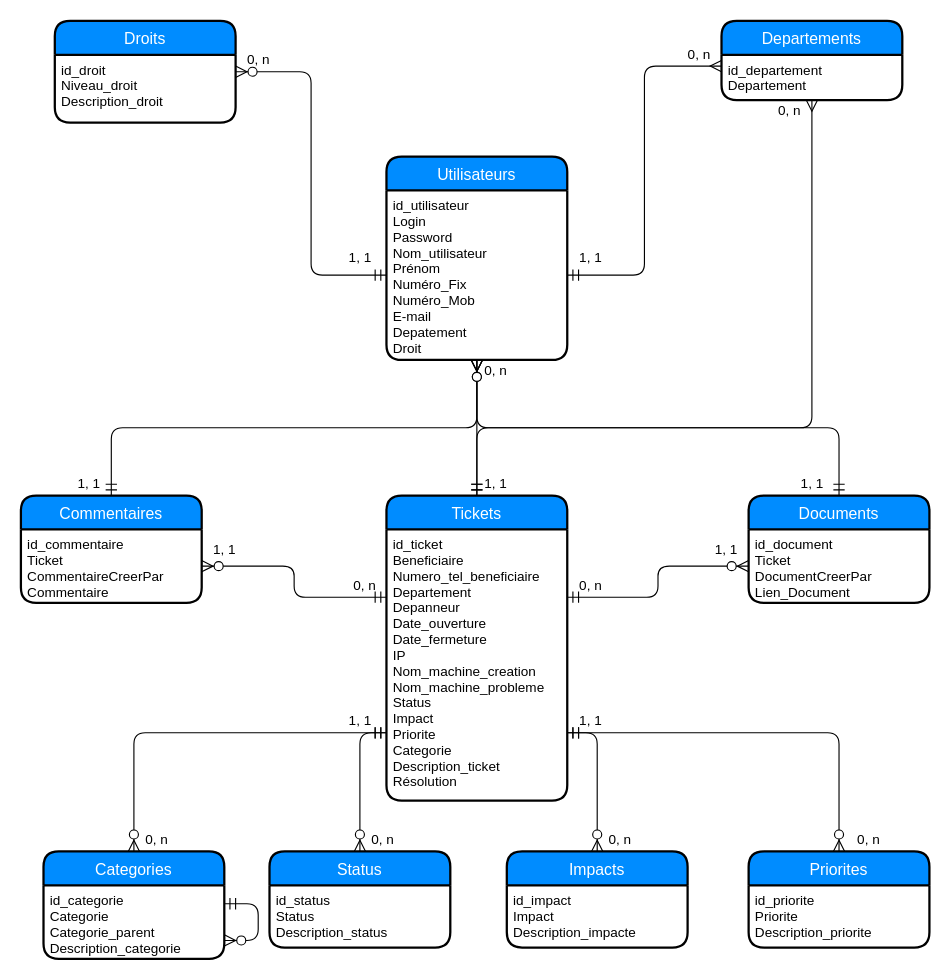
Above: Base de données/MCD_MPTicket.drawio in Hero-Chan/Projet_Ticketing (draw.io), before the change. Source tidied: cells renumbered, new cells numbered last; positions are measured from the earlier drawing's top-left corner, leaving out a move shared by most shapes. Both pictures are drawn from the tidied source at 113%, with x=0, y=0 at pixel (20, 20).
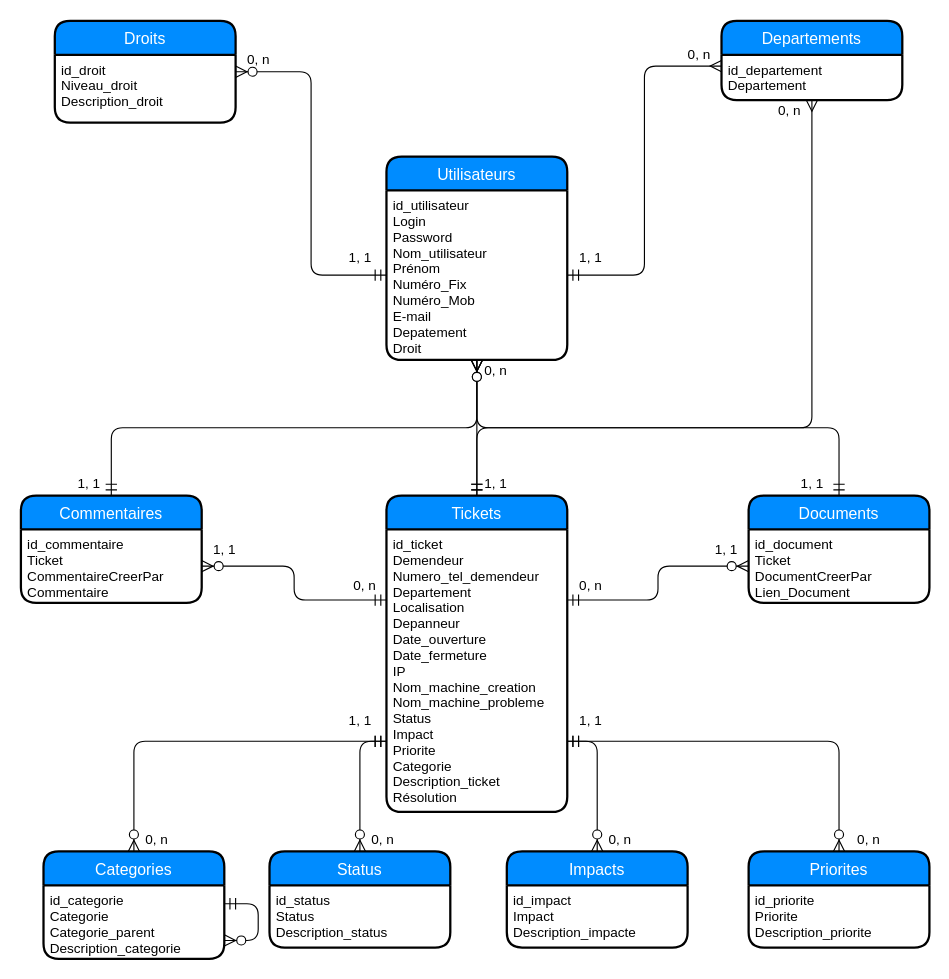
The same diagram, later.

The change refers to these unchanged cells:
```xml
<mxCell id="19" value="Status" style="swimlane;horizontal=1;startSize=30;fillColor=#008cff;fontColor=#FFFFFF;rounded=1;fontSize=14;fontStyle=0;strokeWidth=2;shadow=0;dashed=0;align=center;" parent="1" vertex="1">
  <mxGeometry x="220" y="735" width="160" height="85" as="geometry" />
</mxCell>
<mxCell id="21" value="Impacts" style="swimlane;horizontal=1;startSize=30;fillColor=#008cff;fontColor=#FFFFFF;rounded=1;fontSize=14;fontStyle=0;strokeWidth=2;shadow=0;dashed=0;align=center;" parent="1" vertex="1">
  <mxGeometry x="430" y="735" width="160" height="85" as="geometry" />
</mxCell>
<mxCell id="39" value="Categories" style="swimlane;horizontal=1;startSize=30;fillColor=#008cff;fontColor=#FFFFFF;rounded=1;fontSize=14;fontStyle=0;strokeWidth=2;shadow=0;dashed=0;align=center;" parent="1" vertex="1">
  <mxGeometry x="20" y="735" width="160" height="95" as="geometry" />
</mxCell>
```

Diff of the diagram source:
```diff
@@
     <mxCell id="5" style="edgeStyle=orthogonalEdgeStyle;endArrow=ERzeroToMany;startArrow=ERmandOne;shadow=0;strokeWidth=1;endSize=8;startSize=8;entryX=0.5;entryY=0;entryDx=0;entryDy=0;exitX=0;exitY=0.75;exitDx=0;exitDy=0;" parent="1" edge="1" source="16" target="19">
       <mxGeometry relative="1" as="geometry">
         <Array as="points">
-          <mxPoint x="300" y="630" />
+          <mxPoint x="300" y="638" />
         </Array>
       </mxGeometry>
     </mxCell>
@@
     <mxCell id="7" style="edgeStyle=orthogonalEdgeStyle;endArrow=ERzeroToMany;startArrow=ERmandOne;shadow=0;strokeWidth=1;endSize=8;startSize=8;entryX=0.5;entryY=0;entryDx=0;entryDy=0;exitX=1;exitY=0.75;exitDx=0;exitDy=0;" parent="1" edge="1" source="16" target="21">
       <mxGeometry relative="1" as="geometry">
         <Array as="points">
-          <mxPoint x="510" y="630" />
+          <mxPoint x="510" y="638" />
         </Array>
       </mxGeometry>
     </mxCell>
@@
     <mxCell id="15" value="Tickets" style="swimlane;horizontal=1;startSize=30;fillColor=#008cff;fontColor=#FFFFFF;rounded=1;fontSize=14;fontStyle=0;strokeWidth=2;shadow=0;dashed=0;align=center;" parent="1" vertex="1">
-      <mxGeometry x="323.5" y="420" width="160" height="270" as="geometry" />
+      <mxGeometry x="323.5" y="420" width="160" height="280" as="geometry" />
     </mxCell>
-    <mxCell id="16" value="id_ticket&#10;Beneficiaire&#10;Numero_tel_beneficiaire&#10;Departement&#10;Depanneur&#10;Date_ouverture&#10;Date_fermeture&#10;IP&#10;Nom_machine_creation&#10;Nom_machine_probleme&#10;Status&#10;Impact&#10;Priorite&#10;Categorie&#10;Description_ticket&#10;Résolution" style="align=left;strokeColor=none;fillColor=none;spacingLeft=4;fontSize=12;verticalAlign=top;" parent="15" vertex="1">
-      <mxGeometry y="30" width="160" height="240" as="geometry" />
+    <mxCell id="16" value="id_ticket&#10;Demendeur&#10;Numero_tel_demendeur&#10;Departement&#10;Localisation&#10;Depanneur&#10;Date_ouverture&#10;Date_fermeture&#10;IP&#10;Nom_machine_creation&#10;Nom_machine_probleme&#10;Status&#10;Impact&#10;Priorite&#10;Categorie&#10;Description_ticket&#10;Résolution" style="align=left;strokeColor=none;fillColor=none;spacingLeft=4;fontSize=12;verticalAlign=top;" parent="15" vertex="1">
+      <mxGeometry y="30" width="160" height="250" as="geometry" />
     </mxCell>
@@
     <mxCell id="43" style="edgeStyle=orthogonalEdgeStyle;endArrow=ERzeroToMany;startArrow=ERmandOne;shadow=0;strokeWidth=1;endSize=8;startSize=8;entryX=0.5;entryY=0;entryDx=0;entryDy=0;exitX=0;exitY=0.75;exitDx=0;exitDy=0;" parent="1" edge="1" source="16" target="39">
       <mxGeometry relative="1" as="geometry">
         <Array as="points">
-          <mxPoint x="100" y="630" />
+          <mxPoint x="100" y="638" />
         </Array>
       </mxGeometry>
     </mxCell>
```
